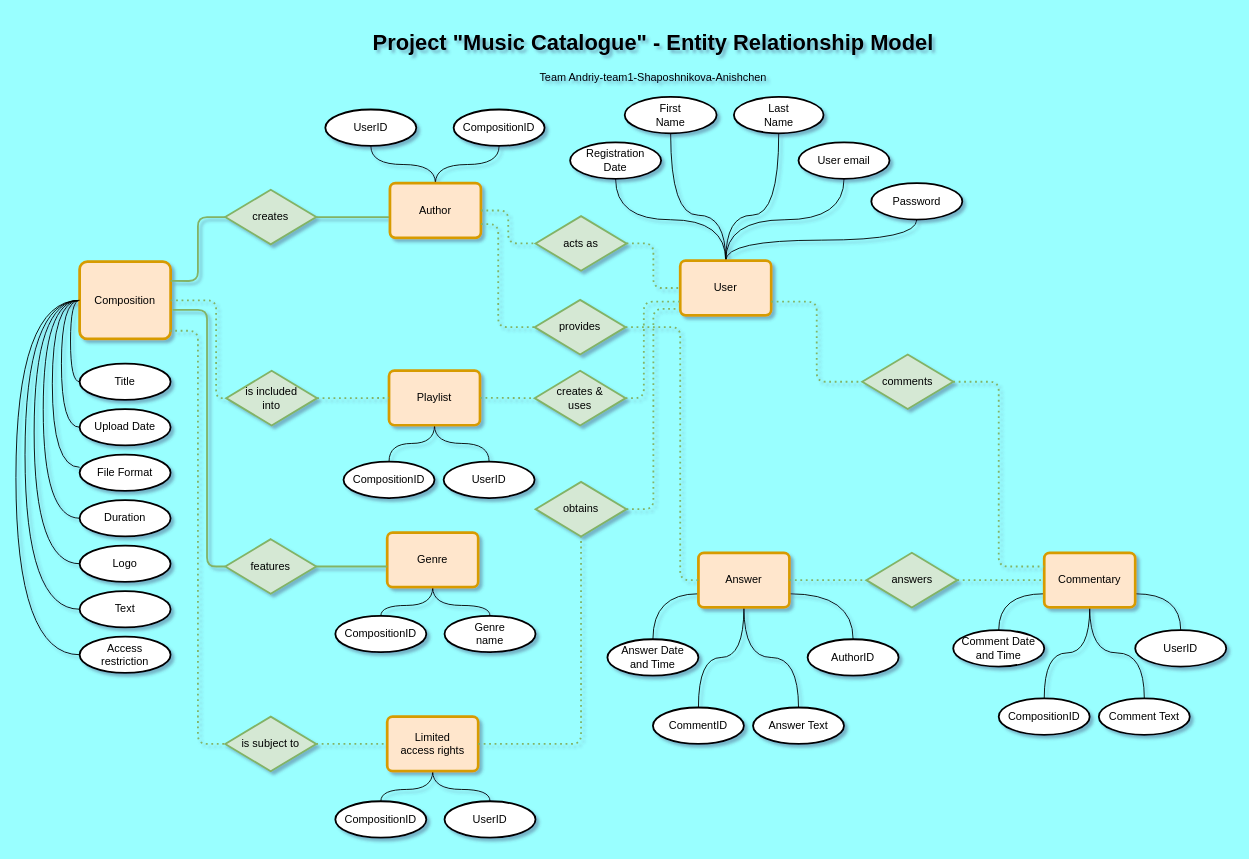
avu-ua/DBFund-Team1-Yulia-Slava keeps this draw.io diagram as page "4th (final) Draft" (6 of 6) of 01 ERM.drawio. Above is the earlier version. Source tidied: cells renumbered, new cells numbered last; positions are measured from the earlier drawing's top-left corner, leaving out a move shared by most shapes. Both pictures are drawn from the tidied source at 91%, with x=0, y=0 at pixel (15, 25).
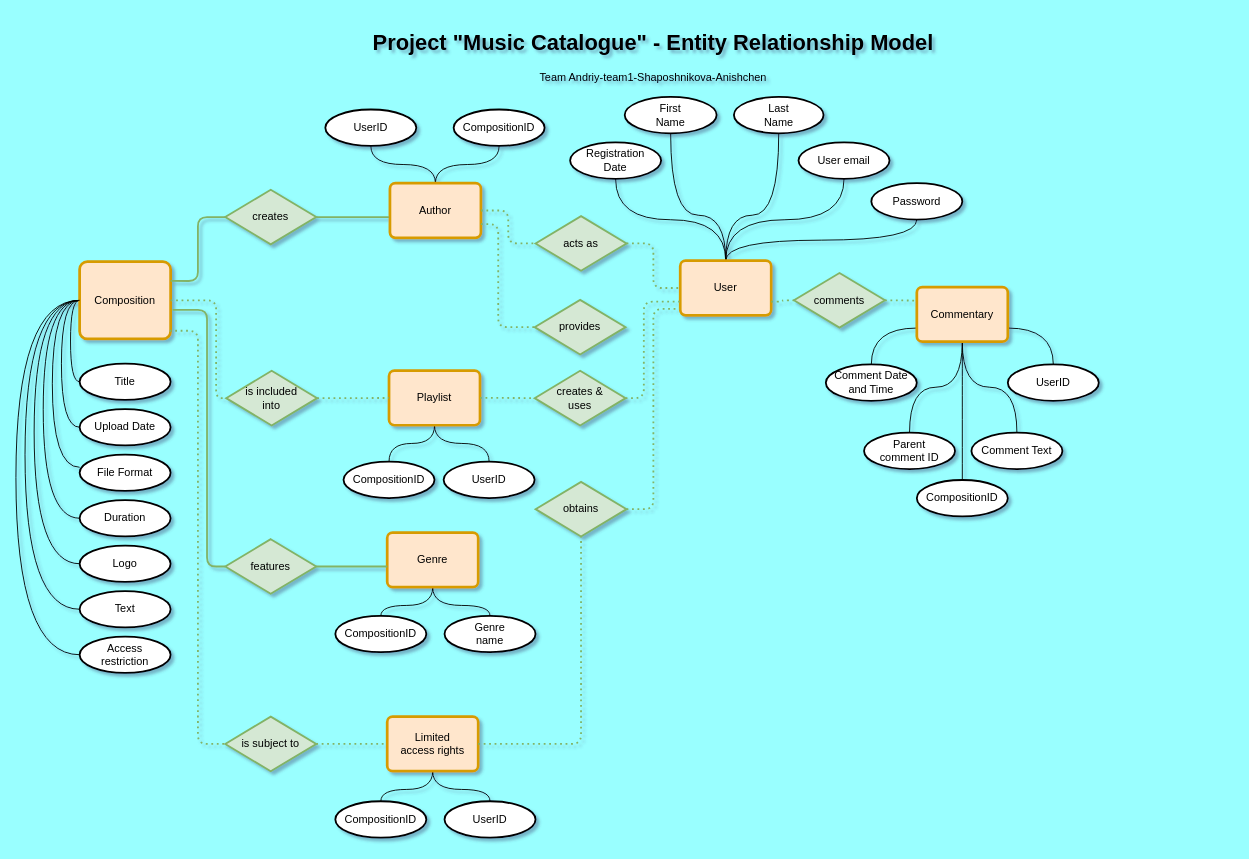
The same page after the edit.

Unchanged cells that the change refers to:
```xml
<mxCell id="126" value="provides" style="shape=rhombus;perimeter=rhombusPerimeter;whiteSpace=wrap;html=1;align=center;strokeWidth=2;fillColor=#d5e8d4;strokeColor=#82b366;" parent="1" vertex="1">
  <mxGeometry x="570" y="302" width="100" height="60" as="geometry" />
</mxCell>
```

Change to the diagram source:
```diff
@@
+    <mxCell id="137" style="edgeStyle=orthogonalEdgeStyle;jettySize=auto;html=1;exitX=0.5;exitY=1;exitDx=0;exitDy=0;entryX=0.5;entryY=0;entryDx=0;entryDy=0;endArrow=none;endFill=0;curved=1;" parent="1" edge="1" source="34" target="138">
+      <mxGeometry relative="1" as="geometry" />
+    </mxCell>
     <mxCell id="34" value="Commentary" style="rounded=1;arcSize=10;whiteSpace=wrap;html=1;align=center;fillColor=#ffe6cc;strokeColor=#d79b00;strokeWidth=3;" parent="1" vertex="1">
-      <mxGeometry x="1130" y="580" width="100" height="60" as="geometry" />
+      <mxGeometry x="990" y="288" width="100" height="60" as="geometry" />
     </mxCell>
     <mxCell id="35" value="Comment Date&lt;br&gt;and Time" style="ellipse;whiteSpace=wrap;html=1;align=center;strokeWidth=2;" parent="1" vertex="1">
-      <mxGeometry x="1030" y="665" width="100" height="40" as="geometry" />
+      <mxGeometry x="890" y="373" width="100" height="40" as="geometry" />
     </mxCell>
     <mxCell id="36" value="Comment Text" style="ellipse;whiteSpace=wrap;html=1;align=center;strokeWidth=2;" parent="1" vertex="1">
-      <mxGeometry x="1190" y="740" width="100" height="40" as="geometry" />
+      <mxGeometry x="1050" y="448" width="100" height="40" as="geometry" />
     </mxCell>
-    <mxCell id="37" value="CompositionID" style="ellipse;whiteSpace=wrap;html=1;align=center;strokeWidth=2;" parent="1" vertex="1">
-      <mxGeometry x="1080" y="740" width="100" height="40" as="geometry" />
+    <mxCell id="37" value="Parent &lt;br&gt;comment ID" style="ellipse;whiteSpace=wrap;html=1;align=center;strokeWidth=2;" parent="1" vertex="1">
+      <mxGeometry x="932" y="448" width="100" height="40" as="geometry" />
     </mxCell>
     <mxCell id="38" value="UserID" style="ellipse;whiteSpace=wrap;html=1;align=center;strokeWidth=2;" parent="1" vertex="1">
-      <mxGeometry x="1230" y="665" width="100" height="40" as="geometry" />
+      <mxGeometry x="1090" y="373" width="100" height="40" as="geometry" />
     </mxCell>
-    <mxCell id="39" style="edgeStyle=orthogonalEdgeStyle;jettySize=auto;html=1;exitX=0;exitY=0.75;exitDx=0;exitDy=0;entryX=0.5;entryY=0;entryDx=0;entryDy=0;endArrow=none;endFill=0;curved=1;" parent="1" edge="1" source="43" target="47">
-      <mxGeometry relative="1" as="geometry" />
-    </mxCell>
-    <mxCell id="40" style="edgeStyle=orthogonalEdgeStyle;jettySize=auto;html=1;exitX=1;exitY=0.75;exitDx=0;exitDy=0;entryX=0.5;entryY=0;entryDx=0;entryDy=0;endArrow=none;endFill=0;curved=1;" parent="1" edge="1" source="43" target="46">
-      <mxGeometry relative="1" as="geometry" />
-    </mxCell>
-    <mxCell id="41" style="edgeStyle=orthogonalEdgeStyle;jettySize=auto;html=1;exitX=0.5;exitY=1;exitDx=0;exitDy=0;curved=1;endArrow=none;endFill=0;" parent="1" edge="1" source="43" target="44">
-      <mxGeometry relative="1" as="geometry" />
-    </mxCell>
-    <mxCell id="42" style="edgeStyle=orthogonalEdgeStyle;jettySize=auto;html=1;exitX=0.5;exitY=1;exitDx=0;exitDy=0;entryX=0.5;entryY=0;entryDx=0;entryDy=0;endArrow=none;endFill=0;curved=1;" parent="1" edge="1" source="43" target="45">
-      <mxGeometry relative="1" as="geometry" />
-    </mxCell>
-    <mxCell id="43" value="Answer" style="rounded=1;arcSize=10;whiteSpace=wrap;html=1;align=center;fillColor=#ffe6cc;strokeColor=#d79b00;strokeWidth=3;" parent="1" vertex="1">
-      <mxGeometry x="750" y="580" width="100" height="60" as="geometry" />
-    </mxCell>
-    <mxCell id="44" value="CommentID" style="ellipse;whiteSpace=wrap;html=1;align=center;strokeWidth=2;" parent="1" vertex="1">
-      <mxGeometry x="700" y="750" width="100" height="40" as="geometry" />
-    </mxCell>
-    <mxCell id="45" value="Answer Text" style="ellipse;whiteSpace=wrap;html=1;align=center;strokeWidth=2;" parent="1" vertex="1">
-      <mxGeometry x="810" y="750" width="100" height="40" as="geometry" />
-    </mxCell>
-    <mxCell id="46" value="AuthorID" style="ellipse;whiteSpace=wrap;html=1;align=center;strokeWidth=2;" parent="1" vertex="1">
-      <mxGeometry x="870" y="675" width="100" height="40" as="geometry" />
-    </mxCell>
-    <mxCell id="47" value="Answer Date&lt;br&gt;and Time" style="ellipse;whiteSpace=wrap;html=1;align=center;strokeWidth=2;" parent="1" vertex="1">
-      <mxGeometry x="650" y="675" width="100" height="40" as="geometry" />
-    </mxCell>
@@
     <mxCell id="85" value="comments" style="shape=rhombus;perimeter=rhombusPerimeter;whiteSpace=wrap;html=1;align=center;strokeWidth=2;fillColor=#d5e8d4;strokeColor=#82b366;" parent="1" vertex="1">
-      <mxGeometry x="930" y="362" width="100" height="60" as="geometry" />
+      <mxGeometry x="855" y="272.5" width="100" height="60" as="geometry" />
     </mxCell>
@@
-    <mxCell id="92" value="answers" style="shape=rhombus;perimeter=rhombusPerimeter;whiteSpace=wrap;html=1;align=center;strokeWidth=2;fillColor=#d5e8d4;strokeColor=#82b366;" parent="1" vertex="1">
-      <mxGeometry x="934.5" y="580" width="100" height="60" as="geometry" />
-    </mxCell>
-    <mxCell id="93" style="endArrow=none;html=1;dashed=1;dashPattern=1 2;fillColor=#d5e8d4;strokeColor=#82b366;strokeWidth=2;edgeStyle=orthogonalEdgeStyle;entryX=0;entryY=0.5;entryDx=0;entryDy=0;exitX=1;exitY=0.5;exitDx=0;exitDy=0;" parent="1" edge="1" source="92" target="34">
-      <mxGeometry relative="1" as="geometry" />
-    </mxCell>
-    <mxCell id="94" style="html=1;whiteSpace=wrap;align=left;verticalAlign=bottom;" parent="93" vertex="1">
-      <mxGeometry x="-1" relative="1" as="geometry" />
-    </mxCell>
-    <mxCell id="95" style="html=1;whiteSpace=wrap;align=right;verticalAlign=bottom;" parent="93" vertex="1">
-      <mxGeometry x="1" relative="1" as="geometry" />
-    </mxCell>
-    <mxCell id="96" style="endArrow=none;html=1;dashed=1;dashPattern=1 2;fillColor=#d5e8d4;strokeColor=#82b366;strokeWidth=2;edgeStyle=orthogonalEdgeStyle;entryX=0;entryY=0.5;entryDx=0;entryDy=0;exitX=1;exitY=0.5;exitDx=0;exitDy=0;" parent="1" edge="1" source="43" target="92">
-      <mxGeometry relative="1" as="geometry" />
-    </mxCell>
-    <mxCell id="97" style="html=1;whiteSpace=wrap;align=left;verticalAlign=bottom;" parent="96" vertex="1">
-      <mxGeometry x="-1" relative="1" as="geometry" />
-    </mxCell>
-    <mxCell id="98" style="html=1;whiteSpace=wrap;align=right;verticalAlign=bottom;" parent="96" vertex="1">
-      <mxGeometry x="1" relative="1" as="geometry" />
-    </mxCell>
@@
-    <mxCell id="133" style="endArrow=none;html=1;dashed=1;dashPattern=1 2;fillColor=#d5e8d4;strokeColor=#82b366;strokeWidth=2;edgeStyle=orthogonalEdgeStyle;exitX=1;exitY=0.5;exitDx=0;exitDy=0;entryX=0;entryY=0.5;entryDx=0;entryDy=0;" parent="1" edge="1" source="126" target="43">
-      <mxGeometry relative="1" as="geometry">
-        <Array as="points">
-          <mxPoint x="730" y="332" />
-          <mxPoint x="730" y="610" />
-        </Array>
-      </mxGeometry>
-    </mxCell>
-    <mxCell id="134" style="html=1;whiteSpace=wrap;align=left;verticalAlign=bottom;" parent="133" vertex="1">
-      <mxGeometry x="-1" relative="1" as="geometry" />
-    </mxCell>
-    <mxCell id="135" style="html=1;whiteSpace=wrap;align=right;verticalAlign=bottom;" parent="133" vertex="1">
-      <mxGeometry x="1" relative="1" as="geometry">
-        <mxPoint y="22" as="offset" />
-      </mxGeometry>
-    </mxCell>
@@
+    <mxCell id="138" value="CompositionID" style="ellipse;whiteSpace=wrap;html=1;align=center;strokeWidth=2;" parent="1" vertex="1">
+      <mxGeometry x="990" y="500" width="100" height="40" as="geometry" />
+    </mxCell>
```
